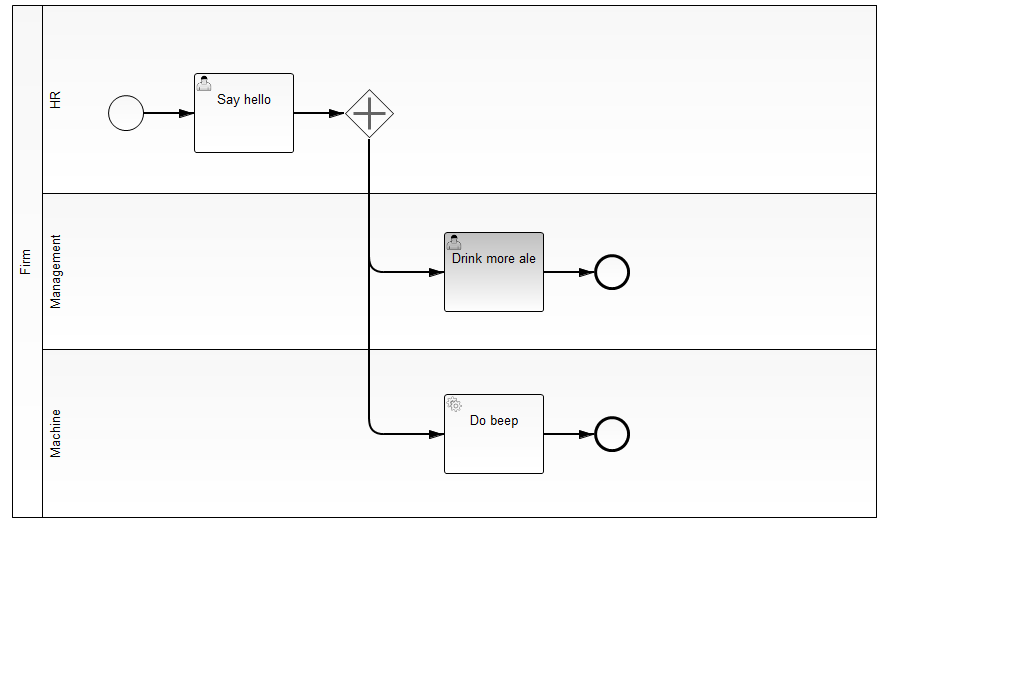
This is bpm-process-ref/src/main/resources/VerySimpleProcess.png from gheddie/camunda_bpm_test, a BPMN export, as it was before one commit. Its source is kept beside it as bpm-process-ref/src/main/resources/VerySimpleProcess.bpmn. Ids are renumbered.
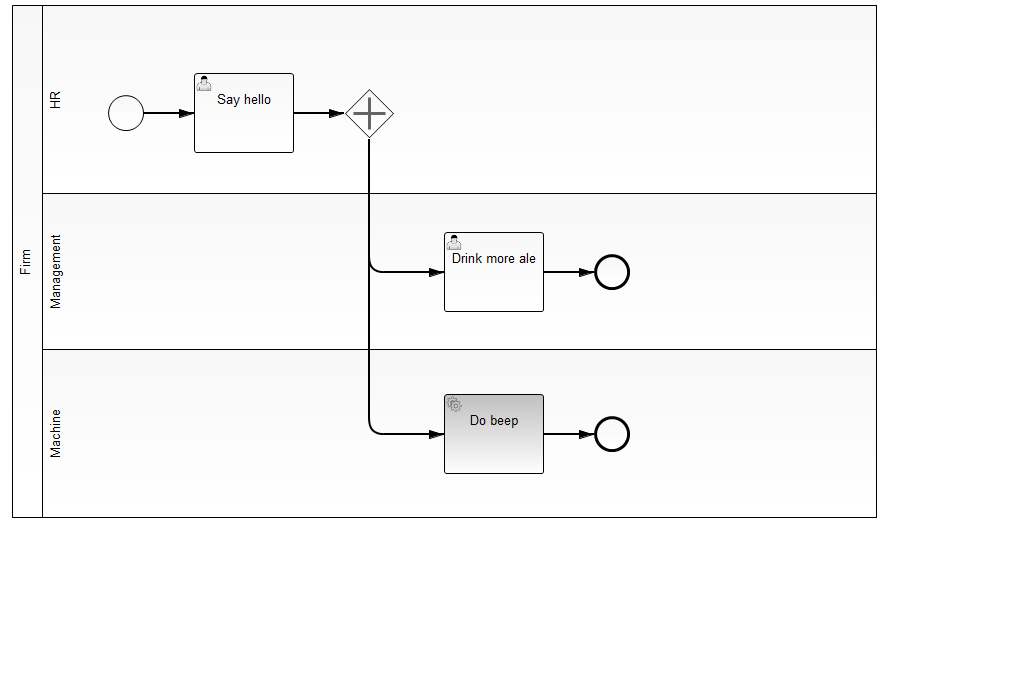
The same file after the commit.

Change to the diagram source:
```diff
@@ -33,7 +33,7 @@
     </bpmn2:parallelGateway>
     <bpmn2:sequenceFlow id="SequenceFlow_3" name="" sourceRef="UserTask_1" targetRef="ParallelGateway_1"/>
     <bpmn2:sequenceFlow id="SequenceFlow_4" name="" sourceRef="ParallelGateway_1" targetRef="ServiceTask_2"/>
-    <bpmn2:serviceTask id="ServiceTask_2" camunda:class="de.gravitex.bpmtest.processref.delegate.BeepDelegate" name="Do beep">
+    <bpmn2:serviceTask id="ServiceTask_2" camunda:class="de.gravitex.bpmtest.processref.delegate.verysimpleprocess.BeepDelegate" name="Do beep">
       <bpmn2:incoming>SequenceFlow_4</bpmn2:incoming>
       <bpmn2:outgoing>SequenceFlow_2</bpmn2:outgoing>
     </bpmn2:serviceTask>
```
